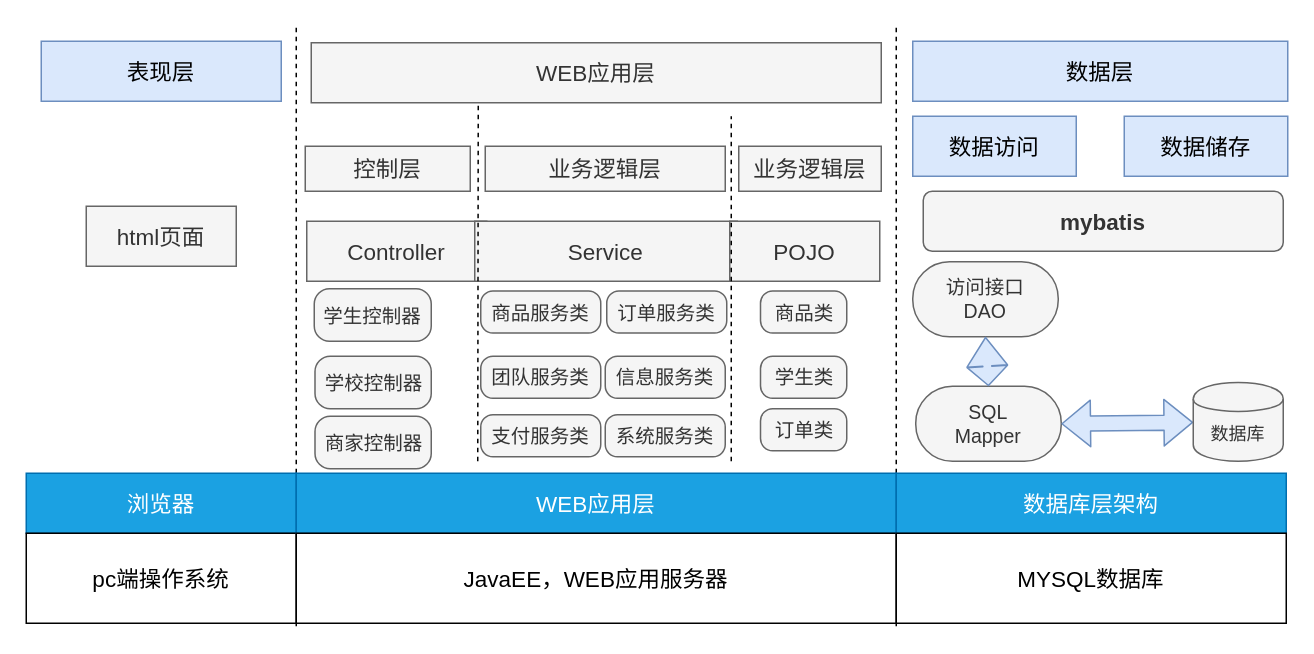
Earlier version of the draw.io diagram 开发架构图.drawio (lkba/shopping). Source tidied: cells renumbered, new cells numbered last; positions are measured from the earlier drawing's top-left corner, leaving out a move shared by most shapes. Both pictures are drawn from the tidied source at 150%, with x=0, y=0 at pixel (26, 26).
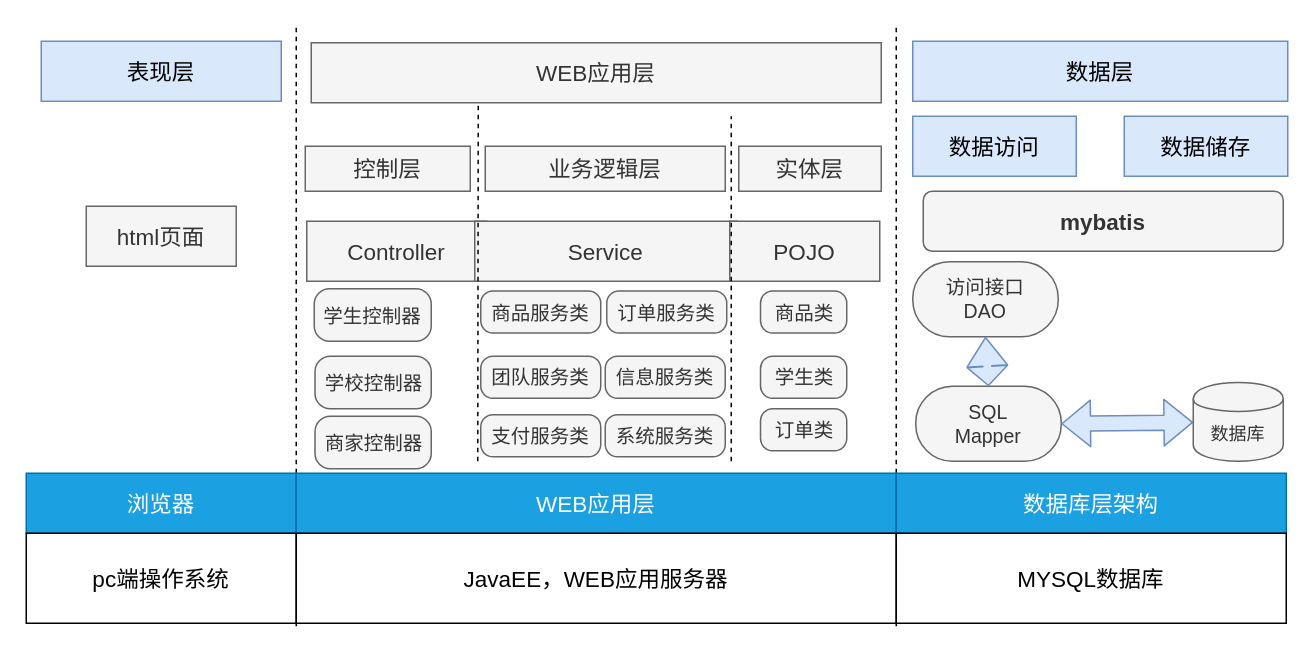
Above is the later version.

Commit message (it also covers changes not shown here):
更新开发架构图.drawio

What changed in the source:
```diff
@@
-    <mxCell id="11" value="业务逻辑层" style="rounded=0;whiteSpace=wrap;html=1;fillColor=#f5f5f5;strokeColor=#666666;fontColor=#333333;fontSize=15;" parent="1" vertex="1">
+    <mxCell id="11" value="实体层" style="rounded=0;whiteSpace=wrap;html=1;fillColor=#f5f5f5;strokeColor=#666666;fontColor=#333333;fontSize=15;" parent="1" vertex="1">
       <mxGeometry x="475" y="80" width="95" height="30" as="geometry" />
     </mxCell>
```
